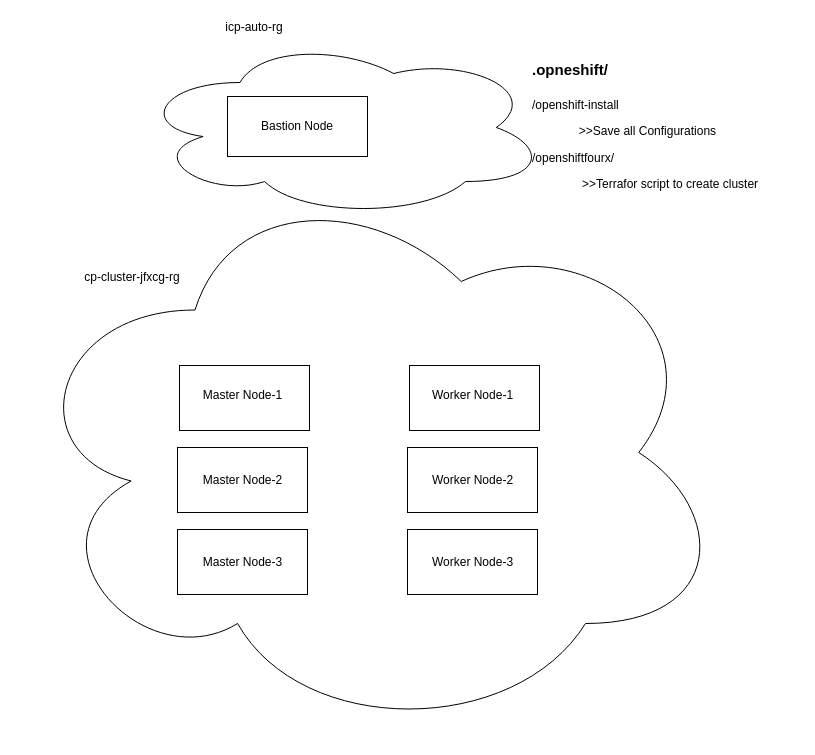
This is Technical Flow.drawio from ajpatel521/aspatel83, a draw.io file, before an edit. Source tidied: cells renumbered, new cells numbered last; positions are measured from the earlier drawing's top-left corner, leaving out a move shared by most shapes. Both pictures are drawn from the tidied source at 100%, with x=0, y=0 at pixel (17, 17).
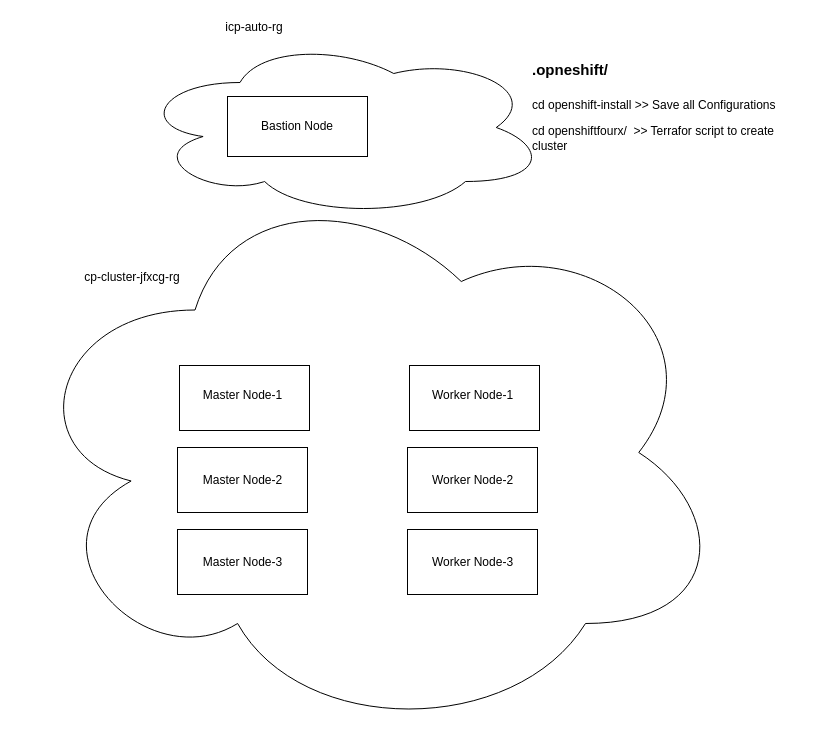
The same page after the edit.

Change to the diagram source:
```diff
@@
-    <mxCell id="20" value="&lt;h1&gt;&lt;font style=&quot;font-size: 15px&quot;&gt;.opneshift/&lt;/font&gt;&lt;/h1&gt;&lt;p&gt;/openshift-install&lt;/p&gt;&lt;p&gt;&amp;nbsp;&amp;nbsp;&amp;nbsp;&amp;nbsp;&amp;nbsp;&amp;nbsp;&amp;nbsp;&amp;nbsp;&amp;nbsp;&amp;nbsp;&amp;nbsp;&amp;nbsp;&amp;nbsp; &lt;span&gt;&lt;/span&gt;&lt;span&gt;&lt;/span&gt;&amp;gt;&amp;gt;Save all Configurations&lt;br&gt;&lt;/p&gt;&lt;p&gt;/openshiftfourx/&lt;/p&gt;&lt;p&gt;&amp;nbsp;&amp;nbsp;&amp;nbsp;&amp;nbsp;&amp;nbsp;&amp;nbsp;&amp;nbsp;&amp;nbsp;&amp;nbsp;&amp;nbsp;&amp;nbsp;&amp;nbsp;&amp;nbsp;&amp;nbsp; &amp;gt;&amp;gt;Terrafor script to create cluster&lt;br&gt;&lt;/p&gt;" style="text;html=1;strokeColor=none;fillColor=none;spacing=5;spacingTop=-20;whiteSpace=wrap;overflow=hidden;rounded=0;" parent="1" vertex="1">
-      <mxGeometry x="510" y="30" width="270" height="160" as="geometry" />
+    <mxCell id="20" value="&lt;h1&gt;&lt;font style=&quot;font-size: 15px&quot;&gt;.opneshift/&lt;/font&gt;&lt;/h1&gt;&lt;p&gt;cd openshift-install &amp;gt;&amp;gt; Save all Configurations&lt;br&gt;&lt;/p&gt;&lt;p&gt;cd openshiftfourx/&amp;nbsp; &amp;gt;&amp;gt; Terrafor script to create cluster&lt;br&gt;&lt;/p&gt;" style="text;html=1;strokeColor=none;fillColor=none;spacing=5;spacingTop=-20;whiteSpace=wrap;overflow=hidden;rounded=0;" parent="1" vertex="1">
+      <mxGeometry x="510" y="30" width="270" height="110" as="geometry" />
     </mxCell>
```
